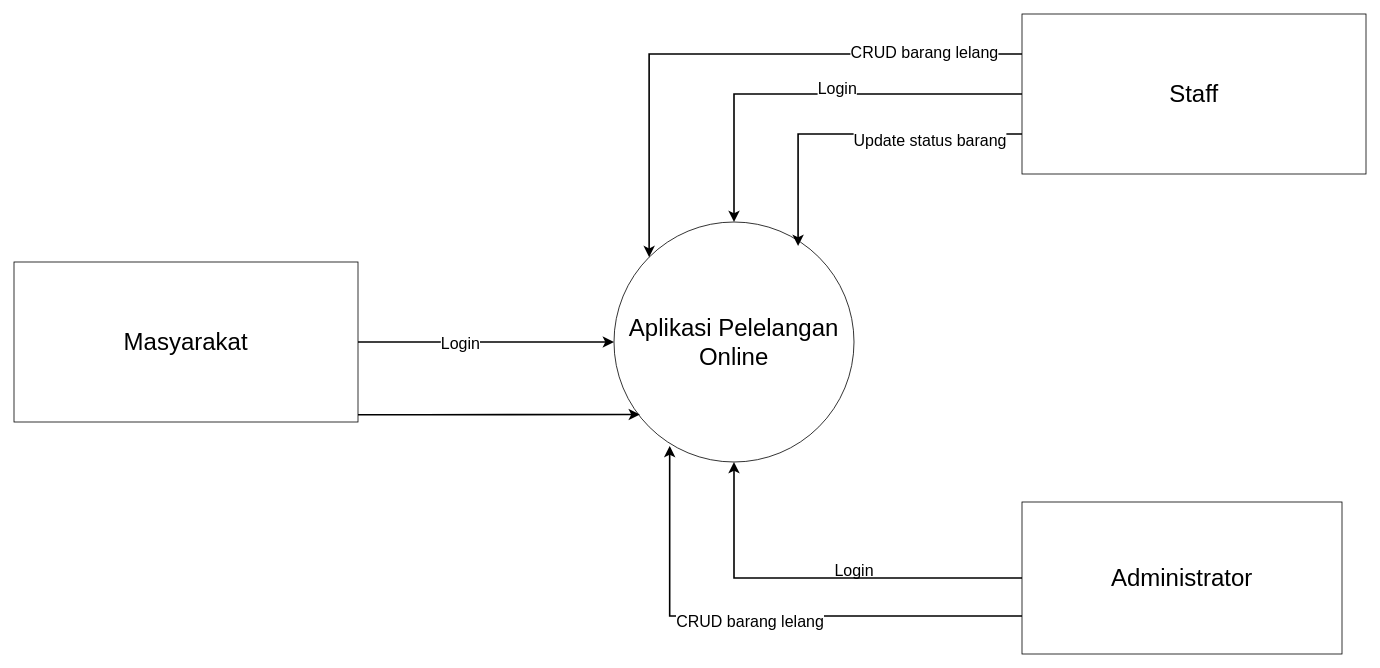
The draw.io diagram page "DFD" (3 of 3) of diagram/Untitled Diagram.drawio in 1cyr44/UKK-LELANG, before the edit. Source tidied: cells renumbered, new cells numbered last; positions are measured from the earlier drawing's top-left corner, leaving out a move shared by most shapes. Both pictures are drawn from the tidied source at 80%, with x=0, y=0 at pixel (14, 14).
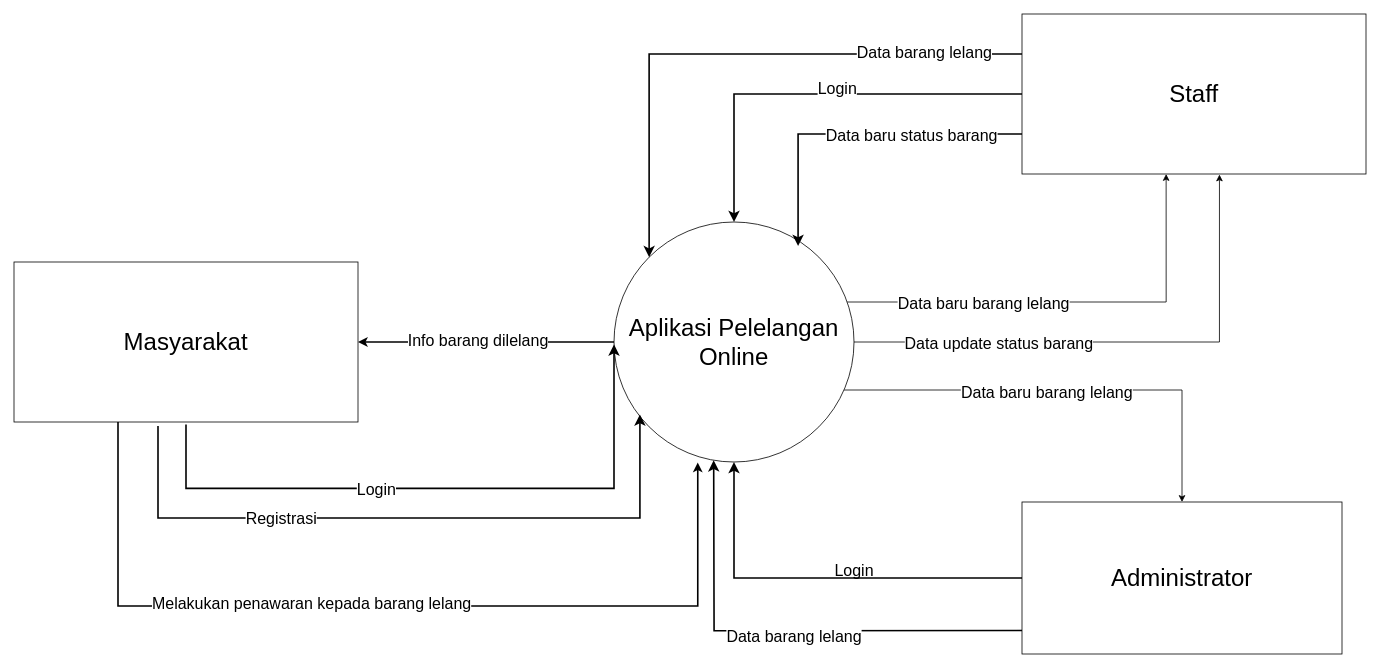
After the change.

Unchanged cells that the change refers to:
```xml
<mxCell id="2" value="Aplikasi Pelelangan Online" style="ellipse;whiteSpace=wrap;html=1;fontSize=30;" parent="1" vertex="1">
  <mxGeometry x="750" y="260" width="300" height="300" as="geometry" />
</mxCell>
<mxCell id="6" value="Masyarakat" style="rounded=0;whiteSpace=wrap;html=1;fontSize=30;" parent="1" vertex="1">
  <mxGeometry y="310" width="430" height="200" as="geometry" />
</mxCell>
<mxCell id="10" value="Administrator" style="rounded=0;whiteSpace=wrap;html=1;fontSize=30;" parent="1" vertex="1">
  <mxGeometry x="1260" y="610" width="400" height="190" as="geometry" />
</mxCell>
<mxCell id="13" style="edgeStyle=orthogonalEdgeStyle;rounded=0;jettySize=auto;html=1;entryX=0;entryY=0;entryDx=0;entryDy=0;strokeWidth=2;fontSize=20;startSize=8;endSize=8;" parent="1" edge="1" source="17" target="2">
  <mxGeometry relative="1" as="geometry">
    <Array as="points">
      <mxPoint x="794" y="50" />
    </Array>
  </mxGeometry>
</mxCell>
<mxCell id="15" style="edgeStyle=orthogonalEdgeStyle;rounded=0;jettySize=auto;html=1;exitX=0;exitY=0.75;exitDx=0;exitDy=0;entryX=0.767;entryY=0.1;entryDx=0;entryDy=0;entryPerimeter=0;strokeWidth=2;fontSize=20;startSize=8;endSize=8;" parent="1" edge="1" source="17" target="2">
  <mxGeometry relative="1" as="geometry" />
</mxCell>
<mxCell id="17" value="Staff" style="rounded=0;whiteSpace=wrap;html=1;fontSize=30;" parent="1" vertex="1">
  <mxGeometry x="1260" width="430" height="200" as="geometry" />
</mxCell>
```

What changed in the source:
```diff
@@
+    <mxCell id="19" style="edgeStyle=orthogonalEdgeStyle;rounded=0;jettySize=auto;html=1;entryX=0.574;entryY=1.003;entryDx=0;entryDy=0;entryPerimeter=0;" parent="1" edge="1" source="2" target="17">
+      <mxGeometry relative="1" as="geometry" />
+    </mxCell>
+    <mxCell id="20" value="&lt;font style=&quot;font-size: 20px;&quot;&gt;Data update status barang&lt;/font&gt;" style="edgeLabel;html=1;align=center;verticalAlign=middle;" parent="19" vertex="1">
+      <mxGeometry x="-0.65" y="-4" relative="1" as="geometry">
+        <mxPoint x="63" y="-4" as="offset" />
+      </mxGeometry>
+    </mxCell>
+    <mxCell id="21" style="edgeStyle=orthogonalEdgeStyle;rounded=0;jettySize=auto;html=1;entryX=0.419;entryY=1;entryDx=0;entryDy=0;entryPerimeter=0;fontSize=20;" parent="1" edge="1" source="2" target="17">
+      <mxGeometry relative="1" as="geometry">
+        <Array as="points">
+          <mxPoint x="1440" y="360" />
+        </Array>
+      </mxGeometry>
+    </mxCell>
+    <mxCell id="22" value="Data baru barang lelang" style="edgeLabel;html=1;align=center;verticalAlign=middle;fontSize=20;" parent="21" vertex="1">
+      <mxGeometry x="-0.39" y="-4" relative="1" as="geometry">
+        <mxPoint y="-4" as="offset" />
+      </mxGeometry>
+    </mxCell>
+    <mxCell id="23" style="edgeStyle=orthogonalEdgeStyle;rounded=0;jettySize=auto;html=1;fontSize=20;" parent="1" edge="1" source="2" target="10">
+      <mxGeometry relative="1" as="geometry">
+        <Array as="points">
+          <mxPoint x="1460" y="470" />
+        </Array>
+      </mxGeometry>
+    </mxCell>
+    <mxCell id="24" value="Data baru barang lelang" style="edgeLabel;html=1;align=center;verticalAlign=middle;fontSize=20;" parent="23" vertex="1">
+      <mxGeometry x="-0.1" y="-1" relative="1" as="geometry" />
+    </mxCell>
+    <mxCell id="25" style="edgeStyle=orthogonalEdgeStyle;rounded=0;jettySize=auto;html=1;entryX=1;entryY=0.5;entryDx=0;entryDy=0;strokeWidth=2;fontSize=20;" parent="1" edge="1" source="2" target="6">
+      <mxGeometry relative="1" as="geometry" />
+    </mxCell>
+    <mxCell id="26" value="Info barang dilelang" style="edgeLabel;html=1;align=center;verticalAlign=middle;fontSize=20;" parent="25" vertex="1">
+      <mxGeometry x="0.33" y="-4" relative="1" as="geometry">
+        <mxPoint x="42" as="offset" />
+      </mxGeometry>
+    </mxCell>
@@
-    <mxCell id="3" style="edgeStyle=orthogonalEdgeStyle;rounded=0;jettySize=auto;html=1;entryX=0;entryY=0.5;entryDx=0;entryDy=0;strokeWidth=2;fontSize=20;startSize=8;endSize=8;" parent="1" edge="1" source="6" target="2">
-      <mxGeometry relative="1" as="geometry" />
+    <mxCell id="3" style="edgeStyle=orthogonalEdgeStyle;rounded=0;orthogonalLoop=1;jettySize=auto;html=1;entryX=0;entryY=0.5;entryDx=0;entryDy=0;strokeWidth=2;fontSize=20;startSize=8;endSize=8;" parent="1" edge="1">
+      <mxGeometry relative="1" as="geometry">
+        <mxPoint x="215" y="513" as="sourcePoint" />
+        <mxPoint x="750" y="413" as="targetPoint" />
+        <Array as="points">
+          <mxPoint x="215" y="593" />
+          <mxPoint x="750" y="593" />
+        </Array>
+      </mxGeometry>
     </mxCell>
@@
-    <mxCell id="5" style="edgeStyle=orthogonalEdgeStyle;rounded=0;jettySize=auto;html=1;entryX=0.108;entryY=0.802;entryDx=0;entryDy=0;entryPerimeter=0;strokeWidth=2;fontSize=20;startSize=8;endSize=8;" parent="1" edge="1" source="6" target="2">
+    <mxCell id="5" style="edgeStyle=orthogonalEdgeStyle;rounded=0;jettySize=auto;html=1;entryX=0.108;entryY=0.802;entryDx=0;entryDy=0;entryPerimeter=0;strokeWidth=2;fontSize=20;startSize=8;endSize=8;" parent="1" edge="1" target="2">
       <mxGeometry relative="1" as="geometry">
+        <mxPoint x="180" y="520" as="sourcePoint" />
         <Array as="points">
-          <mxPoint x="510" y="501" />
-          <mxPoint x="510" y="501" />
+          <mxPoint x="180" y="515" />
+          <mxPoint x="180" y="630" />
+          <mxPoint x="782" y="630" />
         </Array>
       </mxGeometry>
     </mxCell>
+    <mxCell id="27" value="Registrasi" style="edgeLabel;html=1;align=center;verticalAlign=middle;fontSize=20;" parent="5" vertex="1">
+      <mxGeometry x="-0.36" y="1" relative="1" as="geometry" />
+    </mxCell>
+    <mxCell id="28" style="edgeStyle=orthogonalEdgeStyle;rounded=0;orthogonalLoop=1;jettySize=auto;html=1;entryX=0.349;entryY=1.002;entryDx=0;entryDy=0;entryPerimeter=0;strokeWidth=2;fontSize=20;" parent="1" edge="1">
+      <mxGeometry relative="1" as="geometry">
+        <mxPoint x="130" y="510" as="sourcePoint" />
+        <mxPoint x="854.7" y="560.6" as="targetPoint" />
+        <Array as="points">
+          <mxPoint x="130" y="740" />
+          <mxPoint x="855" y="740" />
+        </Array>
+      </mxGeometry>
+    </mxCell>
+    <mxCell id="29" value="Melakukan penawaran kepada barang lelang" style="edgeLabel;html=1;align=center;verticalAlign=middle;fontSize=20;" parent="28" vertex="1">
+      <mxGeometry x="-0.17" y="5" relative="1" as="geometry" />
+    </mxCell>
@@
-    <mxCell id="8" style="edgeStyle=orthogonalEdgeStyle;rounded=0;jettySize=auto;html=1;exitX=0;exitY=0.75;exitDx=0;exitDy=0;entryX=0.232;entryY=0.933;entryDx=0;entryDy=0;entryPerimeter=0;strokeWidth=2;fontSize=20;startSize=8;endSize=8;" parent="1" edge="1" source="10" target="2">
-      <mxGeometry relative="1" as="geometry" />
+    <mxCell id="8" style="edgeStyle=orthogonalEdgeStyle;rounded=0;orthogonalLoop=1;jettySize=auto;html=1;exitX=0;exitY=0.75;exitDx=0;exitDy=0;entryX=0.232;entryY=0.933;entryDx=0;entryDy=0;entryPerimeter=0;strokeWidth=2;fontSize=20;startSize=8;endSize=8;" parent="1" edge="1">
+      <mxGeometry relative="1" as="geometry">
+        <mxPoint x="1315" y="770.5" as="sourcePoint" />
+        <mxPoint x="874.6" y="557.9" as="targetPoint" />
+      </mxGeometry>
     </mxCell>
-    <mxCell id="9" value="CRUD barang lelang" style="edgeLabel;html=1;align=center;verticalAlign=middle;fontSize=20;" parent="8" vertex="1">
+    <mxCell id="9" value="Data barang lelang" style="edgeLabel;html=1;align=center;verticalAlign=middle;fontSize=20;" parent="8" vertex="1">
       <mxGeometry x="0.04" y="6" relative="1" as="geometry">
         <mxPoint x="-1" as="offset" />
       </mxGeometry>
     </mxCell>
@@
-    <mxCell id="14" value="CRUD barang lelang" style="edgeLabel;html=1;align=center;verticalAlign=middle;fontSize=20;" parent="13" vertex="1">
+    <mxCell id="14" value="Data barang lelang" style="edgeLabel;html=1;align=center;verticalAlign=middle;fontSize=20;" parent="13" vertex="1">
       <mxGeometry x="-0.66" y="-3" relative="1" as="geometry">
         <mxPoint x="-1" as="offset" />
       </mxGeometry>
     </mxCell>
@@
-    <mxCell id="16" value="Update status barang" style="edgeLabel;html=1;align=center;verticalAlign=middle;fontSize=20;" parent="15" vertex="1">
+    <mxCell id="16" value="Data baru status barang" style="edgeLabel;html=1;align=center;verticalAlign=middle;fontSize=20;" parent="15" vertex="1">
       <mxGeometry x="-0.45" y="6" relative="1" as="geometry">
-        <mxPoint x="-1" as="offset" />
+        <mxPoint x="-24" y="-6" as="offset" />
       </mxGeometry>
     </mxCell>
```
